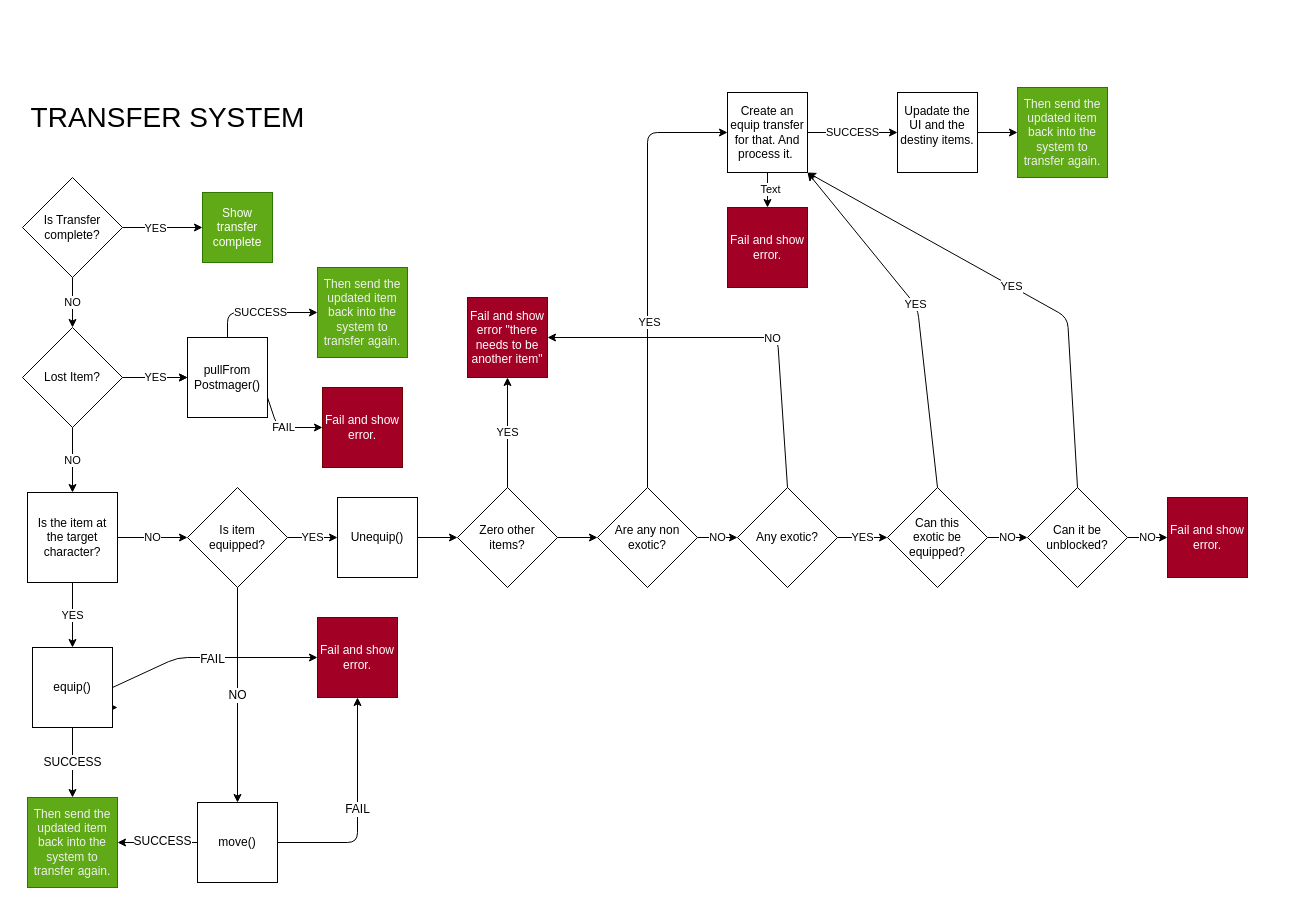
Before: mono/docs/starlight/src/content/docs/transferSystem.dio in NigelBreslaw/guardian-ghost, a draw.io diagram. Source tidied: cells renumbered, new cells numbered last; positions are measured from the earlier drawing's top-left corner, leaving out a move shared by most shapes. Both pictures are drawn from the tidied source at 100%, with x=0, y=0 at pixel (17, 87).
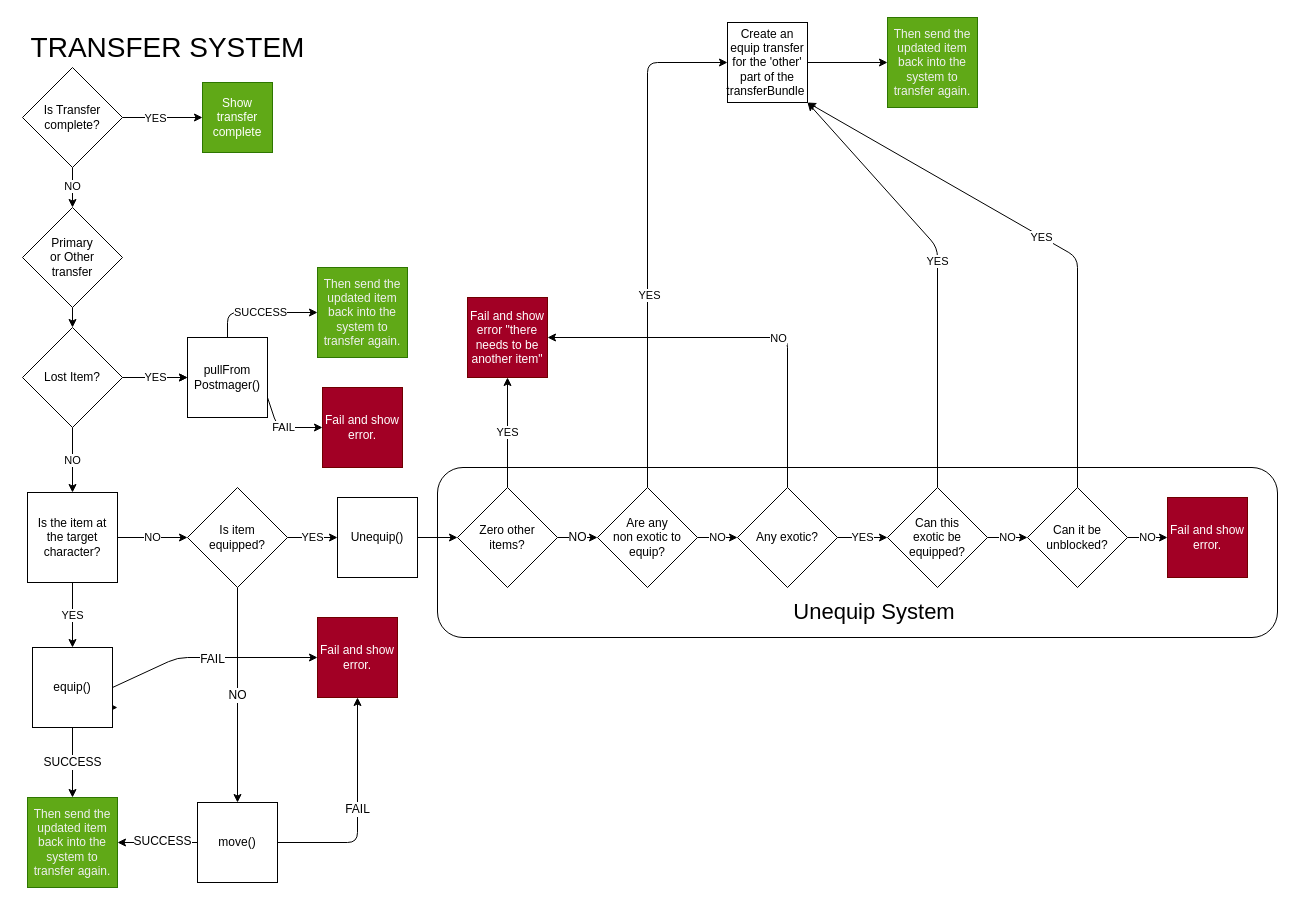
The same page after the edit.

Commit message:
docs: Update transfer flow

The change refers to these unchanged cells:
```xml
<mxCell id="12" value="Fail and show error &quot;there needs to be another item&quot;" style="whiteSpace=wrap;html=1;fillColor=#a20025;fontColor=#ffffff;strokeColor=#6F0000;" parent="1" vertex="1">
  <mxGeometry x="450" y="210" width="80" height="80" as="geometry" />
</mxCell>
<mxCell id="15" value="Zero other &lt;br&gt;items?" style="rhombus;whiteSpace=wrap;html=1;" parent="1" vertex="1">
  <mxGeometry x="440" y="400" width="100" height="100" as="geometry" />
</mxCell>
<mxCell id="31" value="Any exotic?" style="rhombus;whiteSpace=wrap;html=1;" parent="1" vertex="1">
  <mxGeometry x="720" y="400" width="100" height="100" as="geometry" />
</mxCell>
<mxCell id="34" value="Can this &lt;br&gt;exotic be equipped?" style="rhombus;whiteSpace=wrap;html=1;" parent="1" vertex="1">
  <mxGeometry x="870" y="400" width="100" height="100" as="geometry" />
</mxCell>
<mxCell id="37" value="Can it be unblocked?" style="rhombus;whiteSpace=wrap;html=1;" parent="1" vertex="1">
  <mxGeometry x="1010" y="400" width="100" height="100" as="geometry" />
</mxCell>
<mxCell id="57" value="Lost Item?" style="rhombus;whiteSpace=wrap;html=1;" parent="1" vertex="1">
  <mxGeometry x="5" y="240" width="100" height="100" as="geometry" />
</mxCell>
```

What changed in the source:
```diff
@@
+    <mxCell id="63" style="rounded=1;whiteSpace=wrap;html=1;" parent="1" vertex="1">
+      <mxGeometry x="420" y="380" width="840" height="170" as="geometry" />
+    </mxCell>
@@
-    <mxCell id="4" value="NO" style="edgeStyle=none;html=1;exitX=0.5;exitY=1;exitDx=0;exitDy=0;entryX=0.5;entryY=0;entryDx=0;entryDy=0;" parent="1" edge="1" source="5" target="57">
-      <mxGeometry relative="1" as="geometry" />
-    </mxCell>
+    <mxCell id="64" style="edgeStyle=none;html=1;exitX=0.5;exitY=1;exitDx=0;exitDy=0;entryX=0.5;entryY=0;entryDx=0;entryDy=0;" parent="1" edge="1" source="5" target="68">
+      <mxGeometry relative="1" as="geometry" />
+    </mxCell>
+    <mxCell id="65" value="NO" style="edgeLabel;html=1;align=center;verticalAlign=middle;" parent="64" vertex="1">
+      <mxGeometry x="-0.17" y="-1" relative="1" as="geometry">
+        <mxPoint y="1" as="offset" />
+      </mxGeometry>
+    </mxCell>
     <mxCell id="5" value="Is Transfer complete?" style="rhombus;whiteSpace=wrap;html=1;" parent="1" vertex="1">
-      <mxGeometry x="5" y="90" width="100" height="100" as="geometry" />
+      <mxGeometry x="5" y="-20" width="100" height="100" as="geometry" />
     </mxCell>
     <mxCell id="6" value="Show transfer complete" style="whiteSpace=wrap;html=1;fillColor=#60a917;fontColor=#ffffff;strokeColor=#2D7600;" parent="1" vertex="1">
-      <mxGeometry x="185" y="105" width="70" height="70" as="geometry" />
+      <mxGeometry x="185" y="-5" width="70" height="70" as="geometry" />
     </mxCell>
@@
-    <mxCell id="14" style="edgeStyle=none;html=1;exitX=1;exitY=0.5;exitDx=0;exitDy=0;entryX=0;entryY=0.5;entryDx=0;entryDy=0;" parent="1" edge="1" source="15" target="19">
+    <mxCell id="14" value="NO" style="edgeStyle=none;html=1;exitX=1;exitY=0.5;exitDx=0;exitDy=0;entryX=0;entryY=0.5;entryDx=0;entryDy=0;fontSize=12;" parent="1" edge="1" source="15" target="19">
       <mxGeometry relative="1" as="geometry" />
     </mxCell>
@@
     <mxCell id="16" style="edgeStyle=none;html=1;exitX=0.5;exitY=0;exitDx=0;exitDy=0;entryX=0;entryY=0.5;entryDx=0;entryDy=0;" parent="1" edge="1" source="19" target="23">
       <mxGeometry relative="1" as="geometry">
         <Array as="points">
-          <mxPoint x="630" y="45" />
+          <mxPoint x="630" y="-25" />
         </Array>
       </mxGeometry>
     </mxCell>
@@
-    <mxCell id="19" value="Are any non exotic?" style="rhombus;whiteSpace=wrap;html=1;" parent="1" vertex="1">
+    <mxCell id="19" value="Are any &lt;br&gt;non exotic to &lt;br&gt;equip?" style="rhombus;whiteSpace=wrap;html=1;" parent="1" vertex="1">
       <mxGeometry x="580" y="400" width="100" height="100" as="geometry" />
     </mxCell>
-    <mxCell id="20" value="SUCCESS" style="edgeStyle=none;html=1;exitX=1;exitY=0.5;exitDx=0;exitDy=0;entryX=0;entryY=0.5;entryDx=0;entryDy=0;" parent="1" edge="1" source="23" target="26">
-      <mxGeometry relative="1" as="geometry" />
-    </mxCell>
-    <mxCell id="21" style="edgeStyle=none;html=1;entryX=0.5;entryY=0;entryDx=0;entryDy=0;" parent="1" edge="1" source="23" target="24">
-      <mxGeometry relative="1" as="geometry" />
-    </mxCell>
-    <mxCell id="22" value="Text" style="edgeLabel;html=1;align=center;verticalAlign=middle;" parent="21" vertex="1">
-      <mxGeometry x="-0.09" y="2" relative="1" as="geometry" />
-    </mxCell>
+    <mxCell id="66" style="edgeStyle=none;html=1;exitX=1;exitY=0.5;exitDx=0;exitDy=0;entryX=0;entryY=0.5;entryDx=0;entryDy=0;" parent="1" edge="1" source="23" target="27">
+      <mxGeometry relative="1" as="geometry" />
+    </mxCell>
-    <mxCell id="23" value="Create an equip transfer for that. And process it.&amp;nbsp;" style="whiteSpace=wrap;html=1;" parent="1" vertex="1">
-      <mxGeometry x="710" y="5" width="80" height="80" as="geometry" />
+    <mxCell id="23" value="Create an equip transfer for the 'other' part of the transferBundle&amp;nbsp;" style="whiteSpace=wrap;html=1;" parent="1" vertex="1">
+      <mxGeometry x="710" y="-65" width="80" height="80" as="geometry" />
     </mxCell>
-    <mxCell id="24" value="Fail and show error." style="whiteSpace=wrap;html=1;fillColor=#a20025;fontColor=#ffffff;strokeColor=#6F0000;" parent="1" vertex="1">
-      <mxGeometry x="710" y="120" width="80" height="80" as="geometry" />
-    </mxCell>
-    <mxCell id="25" style="edgeStyle=none;html=1;exitX=1;exitY=0.5;exitDx=0;exitDy=0;entryX=0;entryY=0.5;entryDx=0;entryDy=0;" parent="1" edge="1" source="26" target="27">
-      <mxGeometry relative="1" as="geometry" />
-    </mxCell>
-    <mxCell id="26" value="Upadate the UI and the destiny items.&lt;br&gt;&lt;br&gt;" style="whiteSpace=wrap;html=1;" parent="1" vertex="1">
-      <mxGeometry x="880" y="5" width="80" height="80" as="geometry" />
-    </mxCell>
     <mxCell id="27" value="&lt;span style=&quot;color: rgb(240, 240, 240);&quot;&gt;Then send the updated item back into the system to transfer again.&lt;br&gt;&lt;/span&gt;" style="whiteSpace=wrap;html=1;fillColor=#60a917;fontColor=#ffffff;strokeColor=#2D7600;" parent="1" vertex="1">
-      <mxGeometry x="1000" width="90" height="90" as="geometry" />
+      <mxGeometry x="870" y="-70" width="90" height="90" as="geometry" />
     </mxCell>
     <mxCell id="28" style="edgeStyle=none;html=1;exitX=0.5;exitY=0;exitDx=0;exitDy=0;entryX=1;entryY=0.5;entryDx=0;entryDy=0;" parent="1" edge="1" source="31" target="12">
       <mxGeometry relative="1" as="geometry">
         <Array as="points">
-          <mxPoint x="760" y="250" />
+          <mxPoint x="770" y="250" />
         </Array>
       </mxGeometry>
     </mxCell>
@@
     <mxCell id="32" value="YES" style="edgeStyle=none;html=1;exitX=0.5;exitY=0;exitDx=0;exitDy=0;entryX=1;entryY=1;entryDx=0;entryDy=0;" parent="1" edge="1" source="34" target="23">
       <mxGeometry x="0.04" relative="1" as="geometry">
         <Array as="points">
-          <mxPoint x="900" y="220" />
+          <mxPoint x="920" y="160" />
         </Array>
       </mxGeometry>
     </mxCell>
@@
     <mxCell id="35" value="YES" style="edgeStyle=none;html=1;exitX=0.5;exitY=0;exitDx=0;exitDy=0;entryX=1;entryY=1;entryDx=0;entryDy=0;" parent="1" edge="1" source="37" target="23">
       <mxGeometry relative="1" as="geometry">
         <Array as="points">
-          <mxPoint x="1050" y="230" />
+          <mxPoint x="1060" y="170" />
         </Array>
       </mxGeometry>
     </mxCell>
@@
     <mxCell id="47" value="TRANSFER SYSTEM" style="text;html=1;align=center;verticalAlign=middle;strokeColor=none;fillColor=none;fontSize=28;" parent="1" vertex="1">
-      <mxGeometry y="5" width="300" height="50" as="geometry" />
+      <mxGeometry y="-65" width="300" height="50" as="geometry" />
     </mxCell>
@@
+    <mxCell id="67" style="edgeStyle=none;html=1;exitX=0.5;exitY=1;exitDx=0;exitDy=0;entryX=0.5;entryY=0;entryDx=0;entryDy=0;" parent="1" edge="1" source="68" target="57">
+      <mxGeometry relative="1" as="geometry" />
+    </mxCell>
+    <mxCell id="68" value="Primary &lt;br&gt;or Other &lt;br&gt;transfer" style="rhombus;whiteSpace=wrap;html=1;" parent="1" vertex="1">
+      <mxGeometry x="5" y="120" width="100" height="100" as="geometry" />
+    </mxCell>
+    <mxCell id="69" value="Unequip System" style="text;html=1;strokeColor=none;fillColor=none;align=center;verticalAlign=middle;whiteSpace=wrap;rounded=0;fontSize=22;" parent="1" vertex="1">
+      <mxGeometry x="767" y="510" width="180" height="30" as="geometry" />
+    </mxCell>
```
